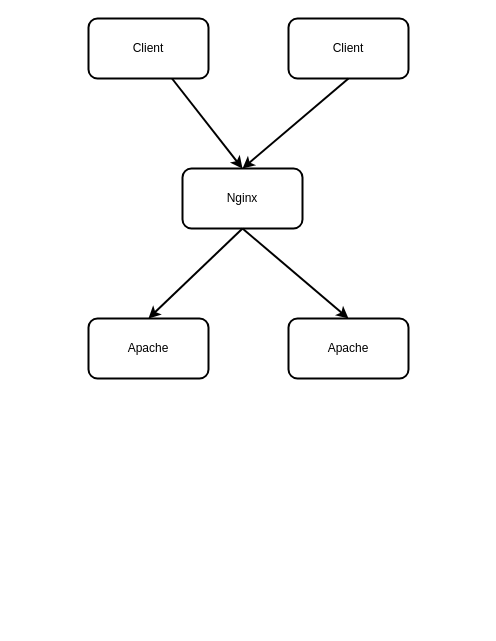
srcrs/draw-static keeps this draw.io diagram as docker-cluster-main.drawio. Above is the earlier version. Source tidied: cells renumbered, new cells numbered last; positions are measured from the earlier drawing's top-left corner, leaving out a move shared by most shapes. Both pictures are drawn from the tidied source at 100%, with x=0, y=0 at pixel (88, 18).
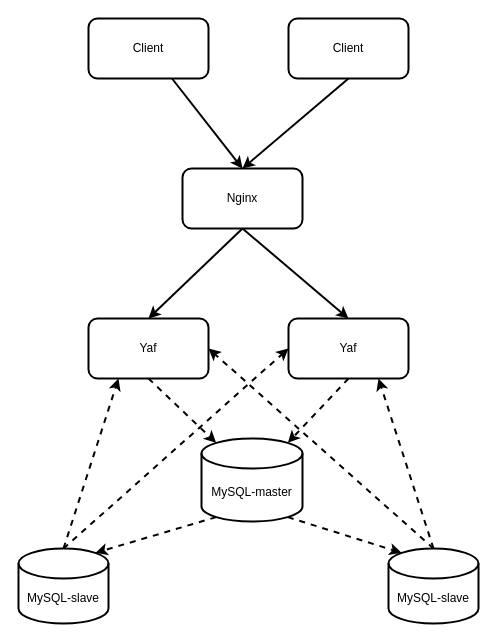
The same page after the edit.

The edit, as a diff of the source:
```diff
@@
-    <mxCell id="5" value="Apache" style="rounded=1;whiteSpace=wrap;html=1;strokeWidth=2;" parent="1" vertex="1">
+    <mxCell id="5" value="Yaf" style="rounded=1;whiteSpace=wrap;html=1;strokeWidth=2;" parent="1" vertex="1">
       <mxGeometry x="200" y="300" width="120" height="60" as="geometry" />
     </mxCell>
-    <mxCell id="6" value="Apache" style="rounded=1;whiteSpace=wrap;html=1;strokeWidth=2;" parent="1" vertex="1">
+    <mxCell id="6" value="Yaf" style="rounded=1;whiteSpace=wrap;html=1;strokeWidth=2;" parent="1" vertex="1">
       <mxGeometry y="300" width="120" height="60" as="geometry" />
     </mxCell>
@@
+    <mxCell id="11" value="MySQL-slave" style="shape=cylinder3;whiteSpace=wrap;html=1;boundedLbl=1;backgroundOutline=1;size=15;strokeWidth=2;" parent="1" vertex="1">
+      <mxGeometry x="-70" y="530" width="90" height="75" as="geometry" />
+    </mxCell>
+    <mxCell id="12" value="MySQL-slave" style="shape=cylinder3;whiteSpace=wrap;html=1;boundedLbl=1;backgroundOutline=1;size=15;strokeWidth=2;" parent="1" vertex="1">
+      <mxGeometry x="300" y="530" width="90" height="75" as="geometry" />
+    </mxCell>
+    <mxCell id="13" style="endArrow=classic;html=1;strokeWidth=2;exitX=0.5;exitY=1;exitDx=0;exitDy=0;entryX=0.145;entryY=0;entryDx=0;entryDy=4.35;entryPerimeter=0;dashed=1;" parent="1" edge="1" source="6" target="16">
+      <mxGeometry relative="1" as="geometry" />
+    </mxCell>
+    <mxCell id="14" style="endArrow=classic;html=1;strokeWidth=2;exitX=0.5;exitY=1;exitDx=0;exitDy=0;entryX=0.855;entryY=0;entryDx=0;entryDy=4.35;entryPerimeter=0;dashed=1;" parent="1" edge="1" source="5" target="16">
+      <mxGeometry relative="1" as="geometry" />
+    </mxCell>
+    <mxCell id="15" style="endArrow=classic;html=1;strokeWidth=2;exitX=0.5;exitY=0;exitDx=0;exitDy=0;exitPerimeter=0;entryX=0.25;entryY=1;entryDx=0;entryDy=0;dashed=1;" parent="1" edge="1" source="11" target="6">
+      <mxGeometry relative="1" as="geometry" />
+    </mxCell>
+    <mxCell id="16" value="MySQL-master" style="shape=cylinder3;whiteSpace=wrap;html=1;boundedLbl=1;backgroundOutline=1;size=15;strokeWidth=2;" parent="1" vertex="1">
+      <mxGeometry x="113" y="420" width="101" height="83" as="geometry" />
+    </mxCell>
+    <mxCell id="17" style="endArrow=classic;html=1;strokeWidth=2;exitX=0.5;exitY=0;exitDx=0;exitDy=0;exitPerimeter=0;entryX=0.75;entryY=1;entryDx=0;entryDy=0;dashed=1;" parent="1" edge="1" source="12" target="5">
+      <mxGeometry relative="1" as="geometry" />
+    </mxCell>
+    <mxCell id="18" style="endArrow=classic;html=1;dashed=1;strokeWidth=2;exitX=0.145;exitY=1;exitDx=0;exitDy=-4.35;exitPerimeter=0;entryX=0.855;entryY=0;entryDx=0;entryDy=4.35;entryPerimeter=0;" parent="1" edge="1" source="16" target="11">
+      <mxGeometry relative="1" as="geometry" />
+    </mxCell>
+    <mxCell id="19" style="endArrow=classic;html=1;dashed=1;strokeWidth=2;exitX=0.855;exitY=1;exitDx=0;exitDy=-4.35;exitPerimeter=0;entryX=0.145;entryY=0;entryDx=0;entryDy=4.35;entryPerimeter=0;" parent="1" edge="1" source="16" target="12">
+      <mxGeometry relative="1" as="geometry" />
+    </mxCell>
+    <mxCell id="20" style="endArrow=classic;html=1;dashed=1;strokeWidth=2;entryX=0;entryY=0.5;entryDx=0;entryDy=0;exitX=0.5;exitY=0;exitDx=0;exitDy=0;exitPerimeter=0;" parent="1" edge="1" source="11" target="5">
+      <mxGeometry relative="1" as="geometry" />
+    </mxCell>
+    <mxCell id="21" style="endArrow=classic;html=1;dashed=1;strokeWidth=2;exitX=0.5;exitY=0;exitDx=0;exitDy=0;exitPerimeter=0;entryX=1;entryY=0.5;entryDx=0;entryDy=0;" parent="1" edge="1" source="12" target="6">
+      <mxGeometry relative="1" as="geometry" />
+    </mxCell>
```
